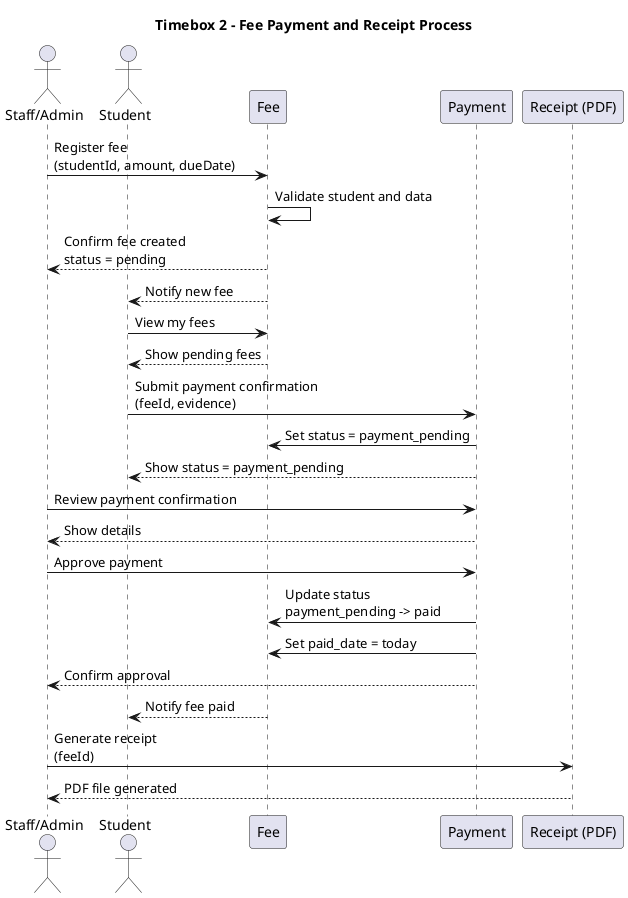
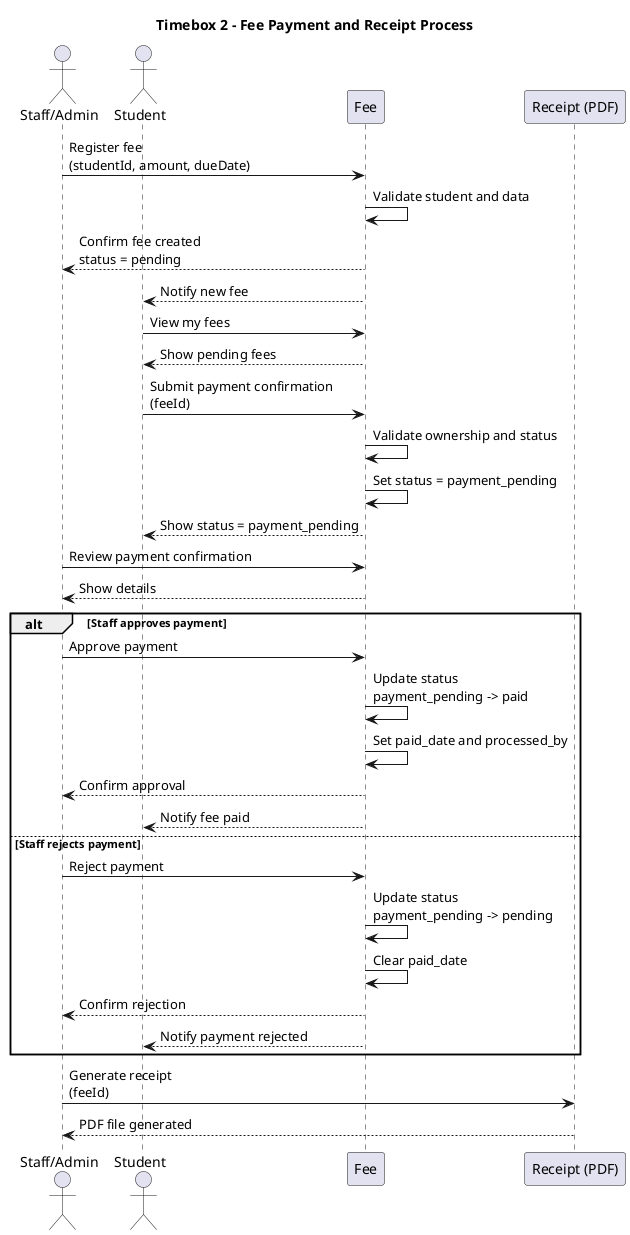
@startuml
title Timebox 2 - Fee Payment and Receipt Process

actor Staff as "Staff/Admin"
actor Student

participant "Fee" as Fee
- participant "Payment" as Payment
participant "Receipt (PDF)" as Receipt

Staff -> Fee: Register fee\n(studentId, amount, dueDate)
Fee -> Fee: Validate student and data
Fee --> Staff: Confirm fee created\nstatus = pending
Fee --> Student: Notify new fee

Student -> Fee: View my fees
Fee --> Student: Show pending fees

- Student -> Payment: Submit payment confirmation\n(feeId, evidence)
- Payment -> Fee: Set status = payment_pending
- Payment --> Student: Show status = payment_pending
+ Student -> Fee: Submit payment confirmation\n(feeId)
+ Fee -> Fee: Validate ownership and status
+ Fee -> Fee: Set status = payment_pending
+ Fee --> Student: Show status = payment_pending

- Staff -> Payment: Review payment confirmation
- Payment --> Staff: Show details
+ Staff -> Fee: Review payment confirmation
+ Fee --> Staff: Show details

- Staff -> Payment: Approve payment
- Payment -> Fee: Update status\npayment_pending -> paid
- Payment -> Fee: Set paid_date = today
- Payment --> Staff: Confirm approval
- Fee --> Student: Notify fee paid
+ alt Staff approves payment
+   Staff -> Fee: Approve payment
+   Fee -> Fee: Update status\npayment_pending -> paid
+   Fee -> Fee: Set paid_date and processed_by
+   Fee --> Staff: Confirm approval
+   Fee --> Student: Notify fee paid
+ else Staff rejects payment
+   Staff -> Fee: Reject payment
+   Fee -> Fee: Update status\npayment_pending -> pending
+   Fee -> Fee: Clear paid_date
+   Fee --> Staff: Confirm rejection
+   Fee --> Student: Notify payment rejected
+ end

Staff -> Receipt: Generate receipt\n(feeId)
Receipt --> Staff: PDF file generated

- @enduml+ @enduml
